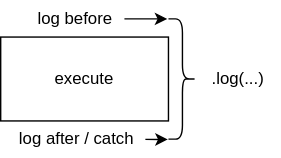
The draw.io diagram doc/log.drawio.svg in FelixCpp/use_in_case, before a commit. Source tidied: cells renumbered, new cells last; positions are measured from the earlier drawing's top-left corner, leaving out a move shared by most shapes. Source of this version:
```xml
<mxGraphModel background="#ffffff">
  <root>
    <mxCell id="0" />
    <mxCell id="1" parent="0" />
    <mxCell id="2" style="shape=curlyBracket;whiteSpace=wrap;html=1;rounded=1;flipH=1;labelPosition=right;verticalLabelPosition=middle;align=left;verticalAlign=middle;fillColor=none;fontColor=#ffffff;strokeColor=default;" parent="1" vertex="1">
      <mxGeometry x="120" y="13" width="20" height="86" as="geometry" />
    </mxCell>
    <mxCell id="3" value=".log(...)" style="text;html=1;strokeColor=none;fillColor=none;align=center;verticalAlign=middle;whiteSpace=wrap;rounded=0;" parent="1" vertex="1">
      <mxGeometry x="140" y="41" width="60" height="30" as="geometry" />
    </mxCell>
    <mxCell id="4" style="edgeStyle=none;html=1;" parent="1" edge="1" source="5">
      <mxGeometry relative="1" as="geometry">
        <mxPoint x="119.2" y="13" as="targetPoint" />
      </mxGeometry>
    </mxCell>
    <mxCell id="5" value="log before" style="text;html=1;align=center;verticalAlign=middle;points=[];strokeColor=none;fillColor=none;" parent="1" vertex="1">
      <mxGeometry x="17.5" width="71" height="26" as="geometry" />
    </mxCell>
    <mxCell id="6" style="edgeStyle=none;html=1;entryX=1.023;entryY=1.003;entryDx=0;entryDy=0;entryPerimeter=0;" parent="1" edge="1" source="7" target="2">
      <mxGeometry relative="1" as="geometry" />
    </mxCell>
    <mxCell id="7" value="log after / catch" style="text;html=1;align=center;verticalAlign=middle;points=[];strokeColor=none;fillColor=none;" parent="1" vertex="1">
      <mxGeometry x="3.5" y="86" width="100" height="26" as="geometry" />
    </mxCell>
    <mxCell id="8" value="execute" style="rounded=0;whiteSpace=wrap;html=1;fillColor=none;" parent="1" vertex="1">
      <mxGeometry y="26" width="120" height="60" as="geometry" />
    </mxCell>
  </root>
</mxGraphModel>
```
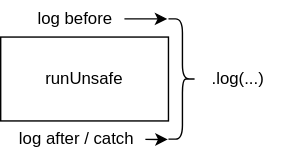
After the commit.

The edit, as a diff of the source:
```diff
@@ -22,7 +22,7 @@
     <mxCell id="7" value="log after / catch" style="text;html=1;align=center;verticalAlign=middle;points=[];strokeColor=none;fillColor=none;" parent="1" vertex="1">
       <mxGeometry x="3.5" y="86" width="100" height="26" as="geometry" />
     </mxCell>
-    <mxCell id="8" value="execute" style="rounded=0;whiteSpace=wrap;html=1;fillColor=none;" parent="1" vertex="1">
+    <mxCell id="8" value="runUnsafe" style="rounded=0;whiteSpace=wrap;html=1;fillColor=none;" parent="1" vertex="1">
       <mxGeometry y="26" width="120" height="60" as="geometry" />
     </mxCell>
   </root>
```
